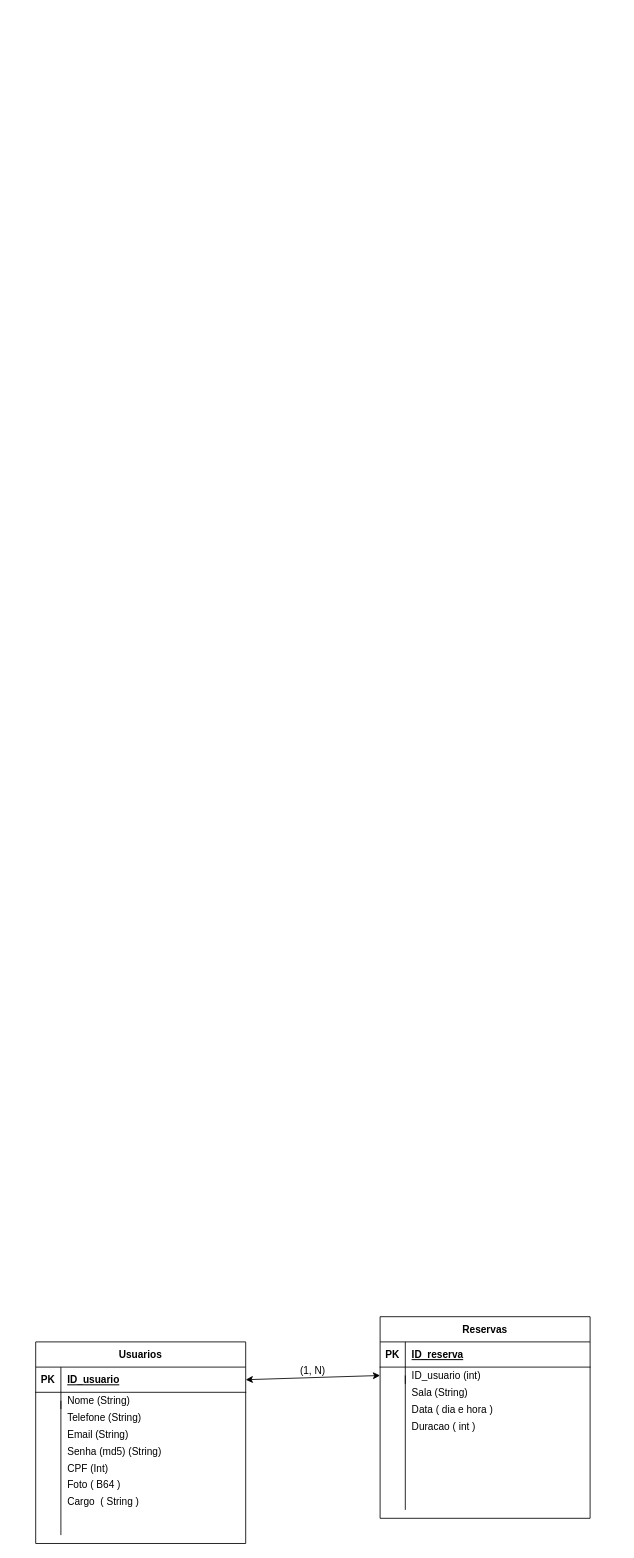
Above: Requisitos/DER.drawio in daniloafalcirolli/Master (draw.io), before the change. Source tidied: cells renumbered, new cells numbered last; positions are measured from the earlier drawing's top-left corner, leaving out a move shared by most shapes. Both pictures are drawn from the tidied source at 84%, with x=0, y=0 at pixel (35, 1316).
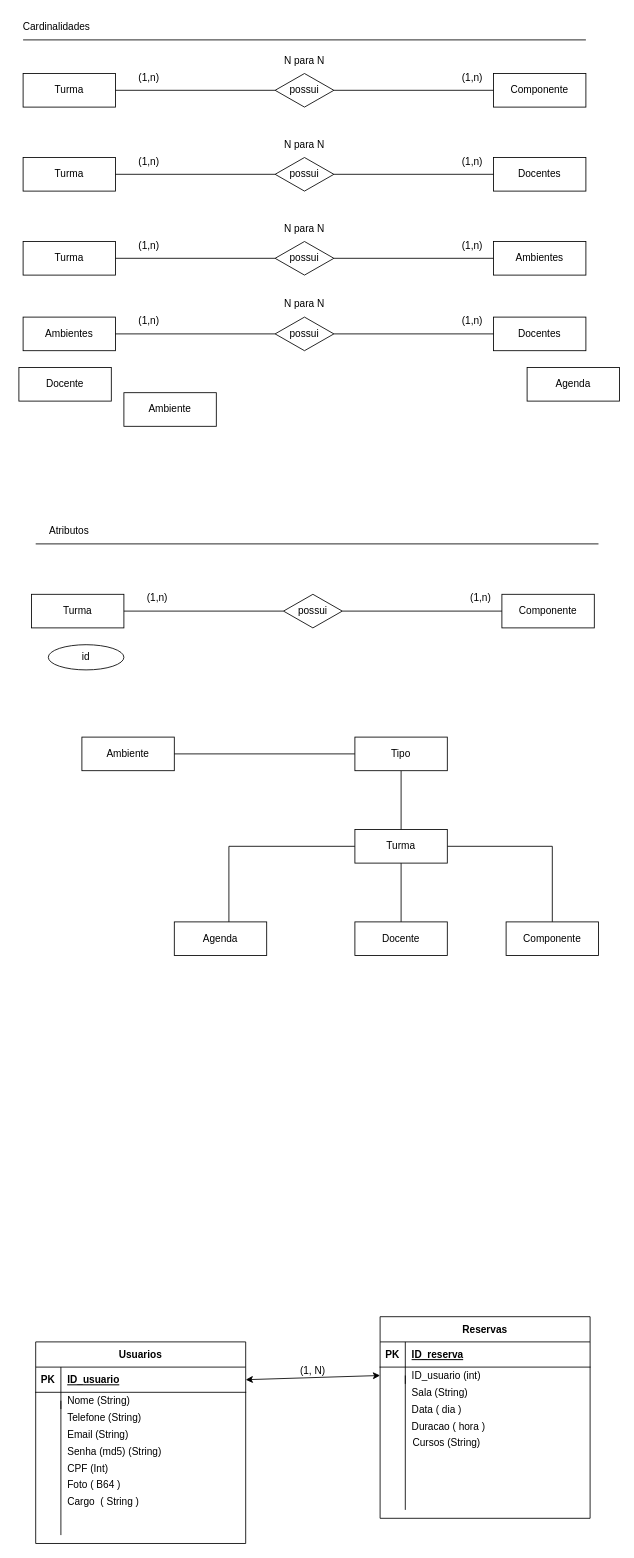
After the change.

The edit, as a diff of the source:
```diff
@@
-    <mxCell id="24" value="Data ( dia e hora )" style="shape=partialRectangle;overflow=hidden;fillColor=none;top=0;left=0;bottom=0;right=0;align=left;spacingLeft=6;" parent="1" vertex="1">
+    <mxCell id="24" value="Data ( dia )" style="shape=partialRectangle;overflow=hidden;fillColor=none;top=0;left=0;bottom=0;right=0;align=left;spacingLeft=6;" parent="1" vertex="1">
       <mxGeometry x="440" y="100" width="220" height="20" as="geometry" />
     </mxCell>
-    <mxCell id="25" value="Duracao ( int )" style="shape=partialRectangle;overflow=hidden;fillColor=none;top=0;left=0;bottom=0;right=0;align=left;spacingLeft=6;" parent="1" vertex="1">
+    <mxCell id="25" value="Duracao ( hora )" style="shape=partialRectangle;overflow=hidden;fillColor=none;top=0;left=0;bottom=0;right=0;align=left;spacingLeft=6;" parent="1" vertex="1">
       <mxGeometry x="440" y="120" width="220" height="20" as="geometry" />
     </mxCell>
@@
+    <mxCell id="30" value="Cursos (String)" style="shape=partialRectangle;overflow=hidden;fillColor=none;top=0;left=0;bottom=0;right=0;align=left;spacingLeft=6;" parent="1" vertex="1">
+      <mxGeometry x="441" y="140" width="219" height="20" as="geometry" />
+    </mxCell>
+    <mxCell id="31" value="Turma" style="rounded=0;whiteSpace=wrap;html=1;" parent="1" vertex="1">
+      <mxGeometry x="-15" y="-1480" width="110" height="40" as="geometry" />
+    </mxCell>
+    <mxCell id="32" value="Componente" style="rounded=0;whiteSpace=wrap;html=1;" parent="1" vertex="1">
+      <mxGeometry x="545" y="-1480" width="110" height="40" as="geometry" />
+    </mxCell>
+    <mxCell id="33" value="Docente" style="rounded=0;whiteSpace=wrap;html=1;" parent="1" vertex="1">
+      <mxGeometry x="-20" y="-1130" width="110" height="40" as="geometry" />
+    </mxCell>
+    <mxCell id="34" value="Ambiente" style="rounded=0;whiteSpace=wrap;html=1;" parent="1" vertex="1">
+      <mxGeometry x="105" y="-1100" width="110" height="40" as="geometry" />
+    </mxCell>
+    <mxCell id="35" value="Agenda" style="rounded=0;whiteSpace=wrap;html=1;" parent="1" vertex="1">
+      <mxGeometry x="585" y="-1130" width="110" height="40" as="geometry" />
+    </mxCell>
+    <mxCell id="36" value="Cardinalidades" style="text;html=1;strokeColor=none;fillColor=none;align=center;verticalAlign=middle;whiteSpace=wrap;rounded=0;" parent="1" vertex="1">
+      <mxGeometry x="-25" y="-1550" width="100" height="30" as="geometry" />
+    </mxCell>
+    <mxCell id="37" style="endArrow=none;html=1;rounded=0;" parent="1" edge="1">
+      <mxGeometry relative="1" as="geometry">
+        <mxPoint x="-15" y="-1520" as="sourcePoint" />
+        <mxPoint x="655" y="-1520" as="targetPoint" />
+      </mxGeometry>
+    </mxCell>
+    <mxCell id="38" style="edgeStyle=orthogonalEdgeStyle;rounded=0;jettySize=auto;html=1;exitX=0;exitY=0.5;exitDx=0;exitDy=0;entryX=1;entryY=0.5;entryDx=0;entryDy=0;endArrow=none;endFill=0;" parent="1" edge="1" source="40" target="31">
+      <mxGeometry relative="1" as="geometry" />
+    </mxCell>
+    <mxCell id="39" style="edgeStyle=orthogonalEdgeStyle;rounded=0;jettySize=auto;html=1;exitX=1;exitY=0.5;exitDx=0;exitDy=0;entryX=0;entryY=0.5;entryDx=0;entryDy=0;endArrow=none;endFill=0;" parent="1" edge="1" source="40" target="32">
+      <mxGeometry relative="1" as="geometry" />
+    </mxCell>
+    <mxCell id="40" value="possui" style="rhombus;whiteSpace=wrap;html=1;" parent="1" vertex="1">
+      <mxGeometry x="285" y="-1480" width="70" height="40" as="geometry" />
+    </mxCell>
+    <mxCell id="41" value="(1,n)" style="text;html=1;strokeColor=none;fillColor=none;align=center;verticalAlign=middle;whiteSpace=wrap;rounded=0;" parent="1" vertex="1">
+      <mxGeometry x="490" y="-1490" width="60" height="30" as="geometry" />
+    </mxCell>
+    <mxCell id="42" value="(1,n)" style="text;html=1;strokeColor=none;fillColor=none;align=center;verticalAlign=middle;whiteSpace=wrap;rounded=0;" parent="1" vertex="1">
+      <mxGeometry x="105" y="-1490" width="60" height="30" as="geometry" />
+    </mxCell>
+    <mxCell id="43" value="N para N" style="text;html=1;strokeColor=none;fillColor=none;align=center;verticalAlign=middle;whiteSpace=wrap;rounded=0;" parent="1" vertex="1">
+      <mxGeometry x="290" y="-1510" width="60" height="30" as="geometry" />
+    </mxCell>
+    <mxCell id="44" value="Turma" style="rounded=0;whiteSpace=wrap;html=1;" parent="1" vertex="1">
+      <mxGeometry x="-15" y="-1380" width="110" height="40" as="geometry" />
+    </mxCell>
+    <mxCell id="45" value="Docentes" style="rounded=0;whiteSpace=wrap;html=1;" parent="1" vertex="1">
+      <mxGeometry x="545" y="-1380" width="110" height="40" as="geometry" />
+    </mxCell>
+    <mxCell id="46" style="edgeStyle=orthogonalEdgeStyle;rounded=0;jettySize=auto;html=1;exitX=0;exitY=0.5;exitDx=0;exitDy=0;entryX=1;entryY=0.5;entryDx=0;entryDy=0;endArrow=none;endFill=0;" parent="1" edge="1" source="48" target="44">
+      <mxGeometry relative="1" as="geometry" />
+    </mxCell>
+    <mxCell id="47" style="edgeStyle=orthogonalEdgeStyle;rounded=0;jettySize=auto;html=1;exitX=1;exitY=0.5;exitDx=0;exitDy=0;entryX=0;entryY=0.5;entryDx=0;entryDy=0;endArrow=none;endFill=0;" parent="1" edge="1" source="48" target="45">
+      <mxGeometry relative="1" as="geometry" />
+    </mxCell>
+    <mxCell id="48" value="possui" style="rhombus;whiteSpace=wrap;html=1;" parent="1" vertex="1">
+      <mxGeometry x="285" y="-1380" width="70" height="40" as="geometry" />
+    </mxCell>
+    <mxCell id="49" value="(1,n)" style="text;html=1;strokeColor=none;fillColor=none;align=center;verticalAlign=middle;whiteSpace=wrap;rounded=0;" parent="1" vertex="1">
+      <mxGeometry x="490" y="-1390" width="60" height="30" as="geometry" />
+    </mxCell>
+    <mxCell id="50" value="(1,n)" style="text;html=1;strokeColor=none;fillColor=none;align=center;verticalAlign=middle;whiteSpace=wrap;rounded=0;" parent="1" vertex="1">
+      <mxGeometry x="105" y="-1390" width="60" height="30" as="geometry" />
+    </mxCell>
+    <mxCell id="51" value="N para N" style="text;html=1;strokeColor=none;fillColor=none;align=center;verticalAlign=middle;whiteSpace=wrap;rounded=0;" parent="1" vertex="1">
+      <mxGeometry x="290" y="-1410" width="60" height="30" as="geometry" />
+    </mxCell>
+    <mxCell id="52" value="Atributos" style="text;html=1;strokeColor=none;fillColor=none;align=center;verticalAlign=middle;whiteSpace=wrap;rounded=0;" parent="1" vertex="1">
+      <mxGeometry x="-10" y="-950" width="100" height="30" as="geometry" />
+    </mxCell>
+    <mxCell id="53" style="endArrow=none;html=1;rounded=0;" parent="1" edge="1">
+      <mxGeometry relative="1" as="geometry">
+        <mxPoint y="-920" as="sourcePoint" />
+        <mxPoint x="670" y="-920" as="targetPoint" />
+      </mxGeometry>
+    </mxCell>
+    <mxCell id="54" value="Turma" style="rounded=0;whiteSpace=wrap;html=1;" parent="1" vertex="1">
+      <mxGeometry x="-5" y="-860" width="110" height="40" as="geometry" />
+    </mxCell>
+    <mxCell id="55" value="Componente" style="rounded=0;whiteSpace=wrap;html=1;" parent="1" vertex="1">
+      <mxGeometry x="555" y="-860" width="110" height="40" as="geometry" />
+    </mxCell>
+    <mxCell id="56" style="edgeStyle=orthogonalEdgeStyle;rounded=0;jettySize=auto;html=1;exitX=0;exitY=0.5;exitDx=0;exitDy=0;entryX=1;entryY=0.5;entryDx=0;entryDy=0;endArrow=none;endFill=0;" parent="1" edge="1" source="58" target="54">
+      <mxGeometry relative="1" as="geometry" />
+    </mxCell>
+    <mxCell id="57" style="edgeStyle=orthogonalEdgeStyle;rounded=0;jettySize=auto;html=1;exitX=1;exitY=0.5;exitDx=0;exitDy=0;entryX=0;entryY=0.5;entryDx=0;entryDy=0;endArrow=none;endFill=0;" parent="1" edge="1" source="58" target="55">
+      <mxGeometry relative="1" as="geometry" />
+    </mxCell>
+    <mxCell id="58" value="possui" style="rhombus;whiteSpace=wrap;html=1;" parent="1" vertex="1">
+      <mxGeometry x="295" y="-860" width="70" height="40" as="geometry" />
+    </mxCell>
+    <mxCell id="59" value="(1,n)" style="text;html=1;strokeColor=none;fillColor=none;align=center;verticalAlign=middle;whiteSpace=wrap;rounded=0;" parent="1" vertex="1">
+      <mxGeometry x="500" y="-870" width="60" height="30" as="geometry" />
+    </mxCell>
+    <mxCell id="60" value="(1,n)" style="text;html=1;strokeColor=none;fillColor=none;align=center;verticalAlign=middle;whiteSpace=wrap;rounded=0;" parent="1" vertex="1">
+      <mxGeometry x="115" y="-870" width="60" height="30" as="geometry" />
+    </mxCell>
+    <mxCell id="61" value="id" style="ellipse;whiteSpace=wrap;html=1;" parent="1" vertex="1">
+      <mxGeometry x="15" y="-800" width="90" height="30" as="geometry" />
+    </mxCell>
+    <mxCell id="62" value="Ambientes" style="rounded=0;whiteSpace=wrap;html=1;" parent="1" vertex="1">
+      <mxGeometry x="-15" y="-1190" width="110" height="40" as="geometry" />
+    </mxCell>
+    <mxCell id="63" value="Docentes" style="rounded=0;whiteSpace=wrap;html=1;" parent="1" vertex="1">
+      <mxGeometry x="545" y="-1190" width="110" height="40" as="geometry" />
+    </mxCell>
+    <mxCell id="64" style="edgeStyle=orthogonalEdgeStyle;rounded=0;jettySize=auto;html=1;exitX=0;exitY=0.5;exitDx=0;exitDy=0;entryX=1;entryY=0.5;entryDx=0;entryDy=0;endArrow=none;endFill=0;" parent="1" edge="1" source="66" target="62">
+      <mxGeometry relative="1" as="geometry" />
+    </mxCell>
+    <mxCell id="65" style="edgeStyle=orthogonalEdgeStyle;rounded=0;jettySize=auto;html=1;exitX=1;exitY=0.5;exitDx=0;exitDy=0;entryX=0;entryY=0.5;entryDx=0;entryDy=0;endArrow=none;endFill=0;" parent="1" edge="1" source="66" target="63">
+      <mxGeometry relative="1" as="geometry" />
+    </mxCell>
+    <mxCell id="66" value="possui" style="rhombus;whiteSpace=wrap;html=1;" parent="1" vertex="1">
+      <mxGeometry x="285" y="-1190" width="70" height="40" as="geometry" />
+    </mxCell>
+    <mxCell id="67" value="(1,n)" style="text;html=1;strokeColor=none;fillColor=none;align=center;verticalAlign=middle;whiteSpace=wrap;rounded=0;" parent="1" vertex="1">
+      <mxGeometry x="490" y="-1200" width="60" height="30" as="geometry" />
+    </mxCell>
+    <mxCell id="68" value="(1,n)" style="text;html=1;strokeColor=none;fillColor=none;align=center;verticalAlign=middle;whiteSpace=wrap;rounded=0;" parent="1" vertex="1">
+      <mxGeometry x="105" y="-1200" width="60" height="30" as="geometry" />
+    </mxCell>
+    <mxCell id="69" value="N para N" style="text;html=1;strokeColor=none;fillColor=none;align=center;verticalAlign=middle;whiteSpace=wrap;rounded=0;" parent="1" vertex="1">
+      <mxGeometry x="290" y="-1220" width="60" height="30" as="geometry" />
+    </mxCell>
+    <mxCell id="70" value="Turma" style="rounded=0;whiteSpace=wrap;html=1;" parent="1" vertex="1">
+      <mxGeometry x="-15" y="-1280" width="110" height="40" as="geometry" />
+    </mxCell>
+    <mxCell id="71" value="Ambientes" style="rounded=0;whiteSpace=wrap;html=1;" parent="1" vertex="1">
+      <mxGeometry x="545" y="-1280" width="110" height="40" as="geometry" />
+    </mxCell>
+    <mxCell id="72" style="edgeStyle=orthogonalEdgeStyle;rounded=0;jettySize=auto;html=1;exitX=0;exitY=0.5;exitDx=0;exitDy=0;entryX=1;entryY=0.5;entryDx=0;entryDy=0;endArrow=none;endFill=0;" parent="1" edge="1" source="74" target="70">
+      <mxGeometry relative="1" as="geometry" />
+    </mxCell>
+    <mxCell id="73" style="edgeStyle=orthogonalEdgeStyle;rounded=0;jettySize=auto;html=1;exitX=1;exitY=0.5;exitDx=0;exitDy=0;entryX=0;entryY=0.5;entryDx=0;entryDy=0;endArrow=none;endFill=0;" parent="1" edge="1" source="74" target="71">
+      <mxGeometry relative="1" as="geometry" />
+    </mxCell>
+    <mxCell id="74" value="possui" style="rhombus;whiteSpace=wrap;html=1;" parent="1" vertex="1">
+      <mxGeometry x="285" y="-1280" width="70" height="40" as="geometry" />
+    </mxCell>
+    <mxCell id="75" value="(1,n)" style="text;html=1;strokeColor=none;fillColor=none;align=center;verticalAlign=middle;whiteSpace=wrap;rounded=0;" parent="1" vertex="1">
+      <mxGeometry x="490" y="-1290" width="60" height="30" as="geometry" />
+    </mxCell>
+    <mxCell id="76" value="(1,n)" style="text;html=1;strokeColor=none;fillColor=none;align=center;verticalAlign=middle;whiteSpace=wrap;rounded=0;" parent="1" vertex="1">
+      <mxGeometry x="105" y="-1290" width="60" height="30" as="geometry" />
+    </mxCell>
+    <mxCell id="77" value="N para N" style="text;html=1;strokeColor=none;fillColor=none;align=center;verticalAlign=middle;whiteSpace=wrap;rounded=0;" parent="1" vertex="1">
+      <mxGeometry x="290" y="-1310" width="60" height="30" as="geometry" />
+    </mxCell>
+    <mxCell id="78" style="edgeStyle=orthogonalEdgeStyle;rounded=0;jettySize=auto;html=1;entryX=0.5;entryY=0;entryDx=0;entryDy=0;endArrow=none;endFill=0;" parent="1" edge="1" source="82" target="86">
+      <mxGeometry relative="1" as="geometry" />
+    </mxCell>
+    <mxCell id="79" style="edgeStyle=orthogonalEdgeStyle;rounded=0;jettySize=auto;html=1;exitX=1;exitY=0.5;exitDx=0;exitDy=0;endArrow=none;endFill=0;" parent="1" edge="1" source="82" target="84">
+      <mxGeometry relative="1" as="geometry" />
+    </mxCell>
+    <mxCell id="80" style="edgeStyle=orthogonalEdgeStyle;rounded=0;jettySize=auto;html=1;entryX=0.591;entryY=0.05;entryDx=0;entryDy=0;entryPerimeter=0;endArrow=none;endFill=0;" parent="1" edge="1" source="82" target="85">
+      <mxGeometry relative="1" as="geometry" />
+    </mxCell>
+    <mxCell id="81" style="edgeStyle=orthogonalEdgeStyle;rounded=0;jettySize=auto;html=1;entryX=0.5;entryY=1;entryDx=0;entryDy=0;endArrow=none;endFill=0;" parent="1" edge="1" source="82" target="88">
+      <mxGeometry relative="1" as="geometry" />
+    </mxCell>
+    <mxCell id="82" value="Turma" style="rounded=0;whiteSpace=wrap;html=1;" parent="1" vertex="1">
+      <mxGeometry x="380" y="-580" width="110" height="40" as="geometry" />
+    </mxCell>
+    <mxCell id="83" value="Ambiente" style="rounded=0;whiteSpace=wrap;html=1;" parent="1" vertex="1">
+      <mxGeometry x="55" y="-690" width="110" height="40" as="geometry" />
+    </mxCell>
+    <mxCell id="84" value="Componente" style="rounded=0;whiteSpace=wrap;html=1;" parent="1" vertex="1">
+      <mxGeometry x="560" y="-470" width="110" height="40" as="geometry" />
+    </mxCell>
+    <mxCell id="85" value="Agenda" style="rounded=0;whiteSpace=wrap;html=1;" parent="1" vertex="1">
+      <mxGeometry x="165" y="-470" width="110" height="40" as="geometry" />
+    </mxCell>
+    <mxCell id="86" value="Docente" style="rounded=0;whiteSpace=wrap;html=1;" parent="1" vertex="1">
+      <mxGeometry x="380" y="-470" width="110" height="40" as="geometry" />
+    </mxCell>
+    <mxCell id="87" style="edgeStyle=orthogonalEdgeStyle;rounded=0;jettySize=auto;html=1;exitX=0;exitY=0.5;exitDx=0;exitDy=0;endArrow=none;endFill=0;" parent="1" edge="1" source="88" target="83">
+      <mxGeometry relative="1" as="geometry" />
+    </mxCell>
+    <mxCell id="88" value="Tipo" style="rounded=0;whiteSpace=wrap;html=1;" parent="1" vertex="1">
+      <mxGeometry x="380" y="-690" width="110" height="40" as="geometry" />
+    </mxCell>
```
